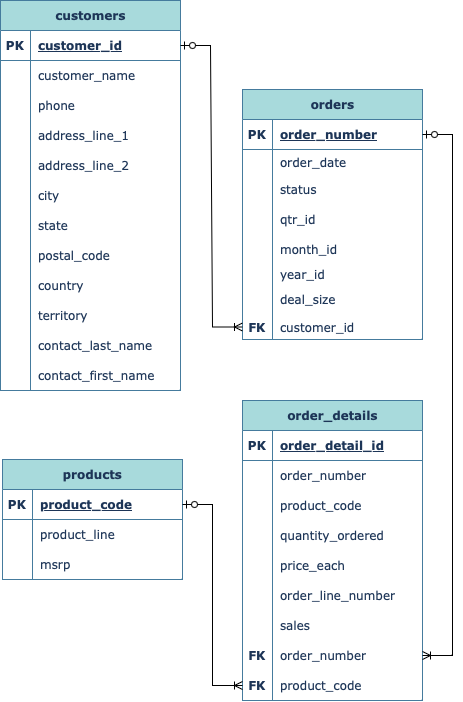
Above: OrderManagementERD.png in megan-es/OrderManagementDB (draw.io), before the change. Source tidied: cells renumbered, new cells last; positions are measured from the earlier drawing's top-left corner, leaving out a move shared by most shapes.
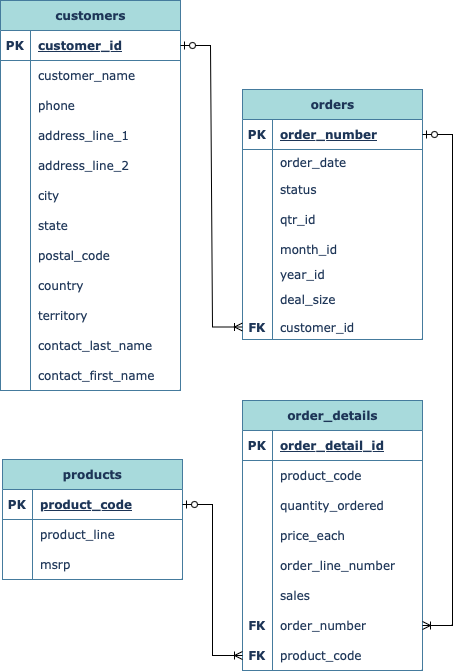
The same file after the commit.

The edit, as a diff of the source:
```diff
@@ -33,7 +33,7 @@
       <mxGeometry x="30" width="150" height="30" as="geometry" />
     </mxCell>
     <mxCell id="12" value="order_details" style="shape=table;startSize=30;rowLines=0;fontStyle=1;align=center;html=1;labelBackgroundColor=none;fillColor=#A8DADC;strokeColor=#457B9D;fontColor=#1D3557;fontFamily=Verdana;" parent="1" vertex="1">
-      <mxGeometry x="242" y="400" width="180" height="300" as="geometry" />
+      <mxGeometry x="242" y="400" width="180" height="270" as="geometry" />
     </mxCell>
     <mxCell id="13" style="shape=tableRow;horizontal=0;startSize=0;swimlaneHead=0;swimlaneBody=0;fillColor=none;top=0;left=0;right=0;bottom=1;labelBackgroundColor=none;strokeColor=#457B9D;fontColor=#1D3557;fontFamily=Verdana;" parent="12" vertex="1">
       <mxGeometry y="30" width="180" height="30" as="geometry" />
@@ -44,17 +44,8 @@
     <mxCell id="15" value="order_detail_id" style="shape=partialRectangle;fillColor=none;top=0;left=0;bottom=0;right=0;align=left;spacingLeft=6;fontStyle=5;overflow=hidden;whiteSpace=wrap;html=1;labelBackgroundColor=none;strokeColor=#457B9D;fontColor=#1D3557;fontFamily=Verdana;" parent="13" vertex="1">
       <mxGeometry x="30" width="150" height="30" as="geometry" />
     </mxCell>
-    <mxCell id="16" style="shape=tableRow;horizontal=0;startSize=0;swimlaneHead=0;swimlaneBody=0;fillColor=none;top=0;left=0;right=0;bottom=0;labelBackgroundColor=none;strokeColor=#457B9D;fontColor=#1D3557;fontFamily=Verdana;" parent="12" vertex="1">
-      <mxGeometry y="60" width="180" height="30" as="geometry" />
-    </mxCell>
-    <mxCell id="17" style="shape=partialRectangle;fillColor=none;top=0;left=0;bottom=0;right=0;overflow=hidden;whiteSpace=wrap;html=1;labelBackgroundColor=none;strokeColor=#457B9D;fontColor=#1D3557;fontFamily=Verdana;" parent="16" vertex="1">
-      <mxGeometry width="30" height="30" as="geometry" />
-    </mxCell>
-    <mxCell id="18" value="order_number" style="shape=partialRectangle;fillColor=none;top=0;left=0;bottom=0;right=0;align=left;spacingLeft=6;overflow=hidden;whiteSpace=wrap;html=1;labelBackgroundColor=none;strokeColor=#457B9D;fontColor=#1D3557;fontFamily=Verdana;" parent="16" vertex="1">
-      <mxGeometry x="30" width="150" height="30" as="geometry" />
-    </mxCell>
     <mxCell id="19" style="shape=tableRow;horizontal=0;startSize=0;swimlaneHead=0;swimlaneBody=0;fillColor=none;top=0;left=0;right=0;bottom=0;labelBackgroundColor=none;strokeColor=#457B9D;fontColor=#1D3557;fontFamily=Verdana;" parent="12" vertex="1">
-      <mxGeometry y="90" width="180" height="30" as="geometry" />
+      <mxGeometry y="60" width="180" height="30" as="geometry" />
     </mxCell>
     <mxCell id="20" style="shape=partialRectangle;fillColor=none;top=0;left=0;bottom=0;right=0;overflow=hidden;whiteSpace=wrap;html=1;labelBackgroundColor=none;strokeColor=#457B9D;fontColor=#1D3557;fontFamily=Verdana;" parent="19" vertex="1">
       <mxGeometry width="30" height="30" as="geometry" />
@@ -63,7 +54,7 @@
       <mxGeometry x="30" width="150" height="30" as="geometry" />
     </mxCell>
     <mxCell id="22" style="shape=tableRow;horizontal=0;startSize=0;swimlaneHead=0;swimlaneBody=0;fillColor=none;top=0;left=0;right=0;bottom=0;labelBackgroundColor=none;strokeColor=#457B9D;fontColor=#1D3557;fontFamily=Verdana;" parent="12" vertex="1">
-      <mxGeometry y="120" width="180" height="30" as="geometry" />
+      <mxGeometry y="90" width="180" height="30" as="geometry" />
     </mxCell>
     <mxCell id="23" style="shape=partialRectangle;fillColor=none;top=0;left=0;bottom=0;right=0;overflow=hidden;whiteSpace=wrap;html=1;labelBackgroundColor=none;strokeColor=#457B9D;fontColor=#1D3557;fontFamily=Verdana;" parent="22" vertex="1">
       <mxGeometry width="30" height="30" as="geometry" />
@@ -72,7 +63,7 @@
       <mxGeometry x="30" width="150" height="30" as="geometry" />
     </mxCell>
     <mxCell id="25" style="shape=tableRow;horizontal=0;startSize=0;swimlaneHead=0;swimlaneBody=0;fillColor=none;top=0;left=0;right=0;bottom=0;labelBackgroundColor=none;strokeColor=#457B9D;fontColor=#1D3557;fontFamily=Verdana;" parent="12" vertex="1">
-      <mxGeometry y="150" width="180" height="30" as="geometry" />
+      <mxGeometry y="120" width="180" height="30" as="geometry" />
     </mxCell>
     <mxCell id="26" style="shape=partialRectangle;fillColor=none;top=0;left=0;bottom=0;right=0;overflow=hidden;whiteSpace=wrap;html=1;labelBackgroundColor=none;strokeColor=#457B9D;fontColor=#1D3557;fontFamily=Verdana;" parent="25" vertex="1">
       <mxGeometry width="30" height="30" as="geometry" />
@@ -81,7 +72,7 @@
       <mxGeometry x="30" width="150" height="30" as="geometry" />
     </mxCell>
     <mxCell id="28" style="shape=tableRow;horizontal=0;startSize=0;swimlaneHead=0;swimlaneBody=0;fillColor=none;top=0;left=0;right=0;bottom=0;labelBackgroundColor=none;strokeColor=#457B9D;fontColor=#1D3557;fontFamily=Verdana;" parent="12" vertex="1">
-      <mxGeometry y="180" width="180" height="30" as="geometry" />
+      <mxGeometry y="150" width="180" height="30" as="geometry" />
     </mxCell>
     <mxCell id="29" style="shape=partialRectangle;fillColor=none;top=0;left=0;bottom=0;right=0;overflow=hidden;whiteSpace=wrap;html=1;labelBackgroundColor=none;strokeColor=#457B9D;fontColor=#1D3557;fontFamily=Verdana;" parent="28" vertex="1">
       <mxGeometry width="30" height="30" as="geometry" />
@@ -90,7 +81,7 @@
       <mxGeometry x="30" width="150" height="30" as="geometry" />
     </mxCell>
     <mxCell id="31" style="shape=tableRow;horizontal=0;startSize=0;swimlaneHead=0;swimlaneBody=0;fillColor=none;top=0;left=0;right=0;bottom=0;labelBackgroundColor=none;strokeColor=#457B9D;fontColor=#1D3557;fontFamily=Verdana;" parent="12" vertex="1">
-      <mxGeometry y="210" width="180" height="30" as="geometry" />
+      <mxGeometry y="180" width="180" height="30" as="geometry" />
     </mxCell>
     <mxCell id="32" style="shape=partialRectangle;fillColor=none;top=0;left=0;bottom=0;right=0;overflow=hidden;whiteSpace=wrap;html=1;labelBackgroundColor=none;strokeColor=#457B9D;fontColor=#1D3557;fontFamily=Verdana;" parent="31" vertex="1">
       <mxGeometry width="30" height="30" as="geometry" />
@@ -99,7 +90,7 @@
       <mxGeometry x="30" width="150" height="30" as="geometry" />
     </mxCell>
     <mxCell id="34" style="shape=tableRow;horizontal=0;startSize=0;swimlaneHead=0;swimlaneBody=0;fillColor=none;points=[[0,0.5],[1,0.5]];portConstraint=eastwest;top=0;left=0;right=0;bottom=0;labelBackgroundColor=none;strokeColor=#457B9D;fontColor=#1D3557;fontFamily=Verdana;" parent="12" vertex="1">
-      <mxGeometry y="240" width="180" height="30" as="geometry" />
+      <mxGeometry y="210" width="180" height="30" as="geometry" />
     </mxCell>
     <mxCell id="35" value="&lt;b&gt;FK&lt;/b&gt;" style="shape=partialRectangle;fillColor=none;top=0;left=0;bottom=0;right=0;overflow=hidden;whiteSpace=wrap;html=1;labelBackgroundColor=none;strokeColor=#457B9D;fontColor=#1D3557;fontFamily=Verdana;" parent="34" vertex="1">
       <mxGeometry width="30" height="30" as="geometry" />
@@ -108,7 +99,7 @@
       <mxGeometry x="30" width="150" height="30" as="geometry" />
     </mxCell>
     <mxCell id="37" style="shape=tableRow;horizontal=0;startSize=0;swimlaneHead=0;swimlaneBody=0;fillColor=none;points=[[0,0.5],[1,0.5]];portConstraint=eastwest;top=0;left=0;right=0;bottom=0;labelBackgroundColor=none;strokeColor=#457B9D;fontColor=#1D3557;fontFamily=Verdana;" parent="12" vertex="1">
-      <mxGeometry y="270" width="180" height="30" as="geometry" />
+      <mxGeometry y="240" width="180" height="30" as="geometry" />
     </mxCell>
     <mxCell id="38" value="&lt;b&gt;FK&lt;/b&gt;" style="shape=partialRectangle;fillColor=none;top=0;left=0;bottom=0;right=0;overflow=hidden;whiteSpace=wrap;html=1;labelBackgroundColor=none;strokeColor=#457B9D;fontColor=#1D3557;fontFamily=Verdana;" parent="37" vertex="1">
       <mxGeometry width="30" height="30" as="geometry" />
```
